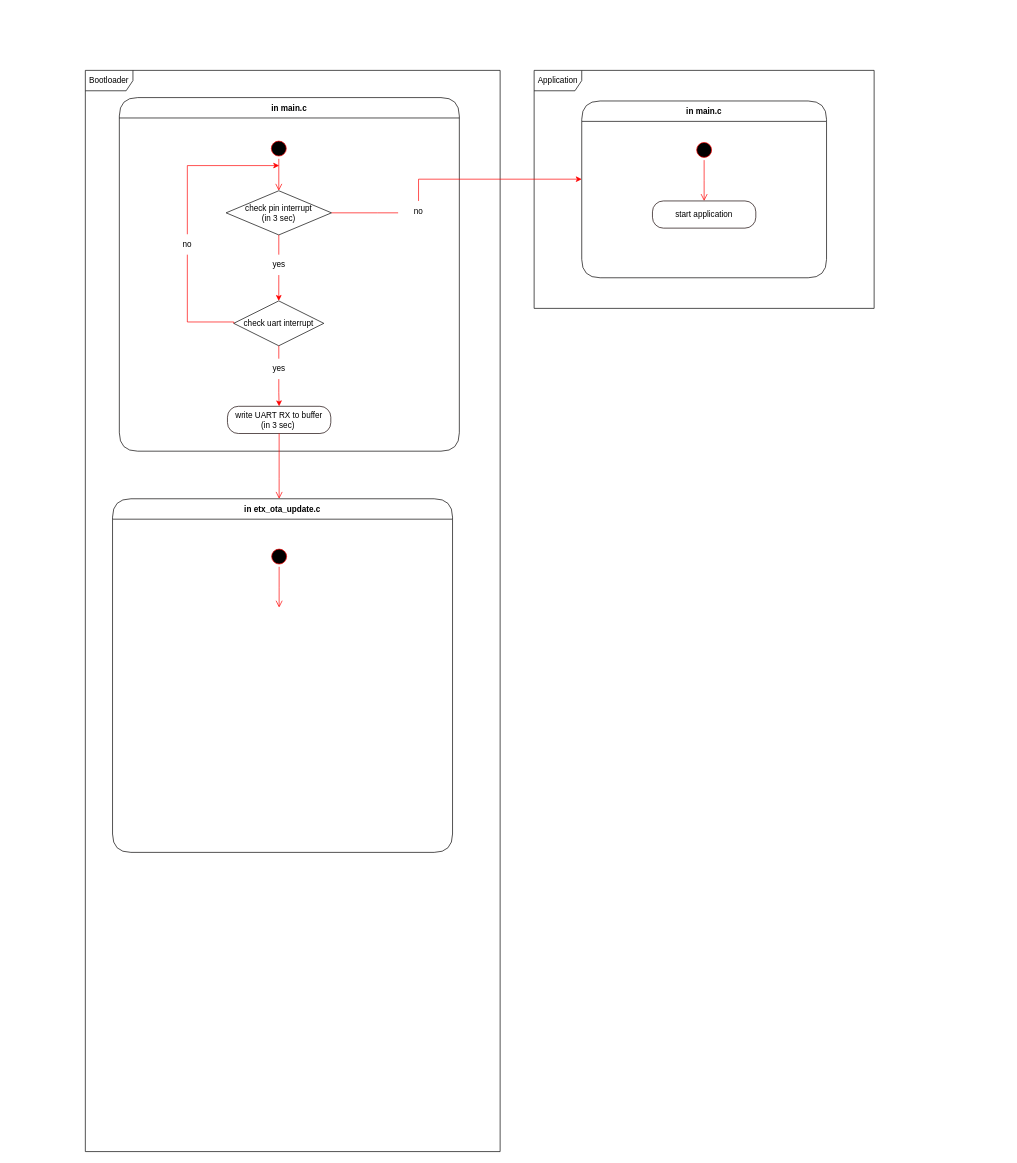
Before: bootloader_transition_diagram.drawio in chaeyoonl/state-transition-diagram-test, a draw.io diagram. Source tidied: cells renumbered, new cells numbered last; positions are measured from the earlier drawing's top-left corner, leaving out a move shared by most shapes. Both pictures are drawn from the tidied source at 68%, with x=0, y=0 at pixel (85, 70).
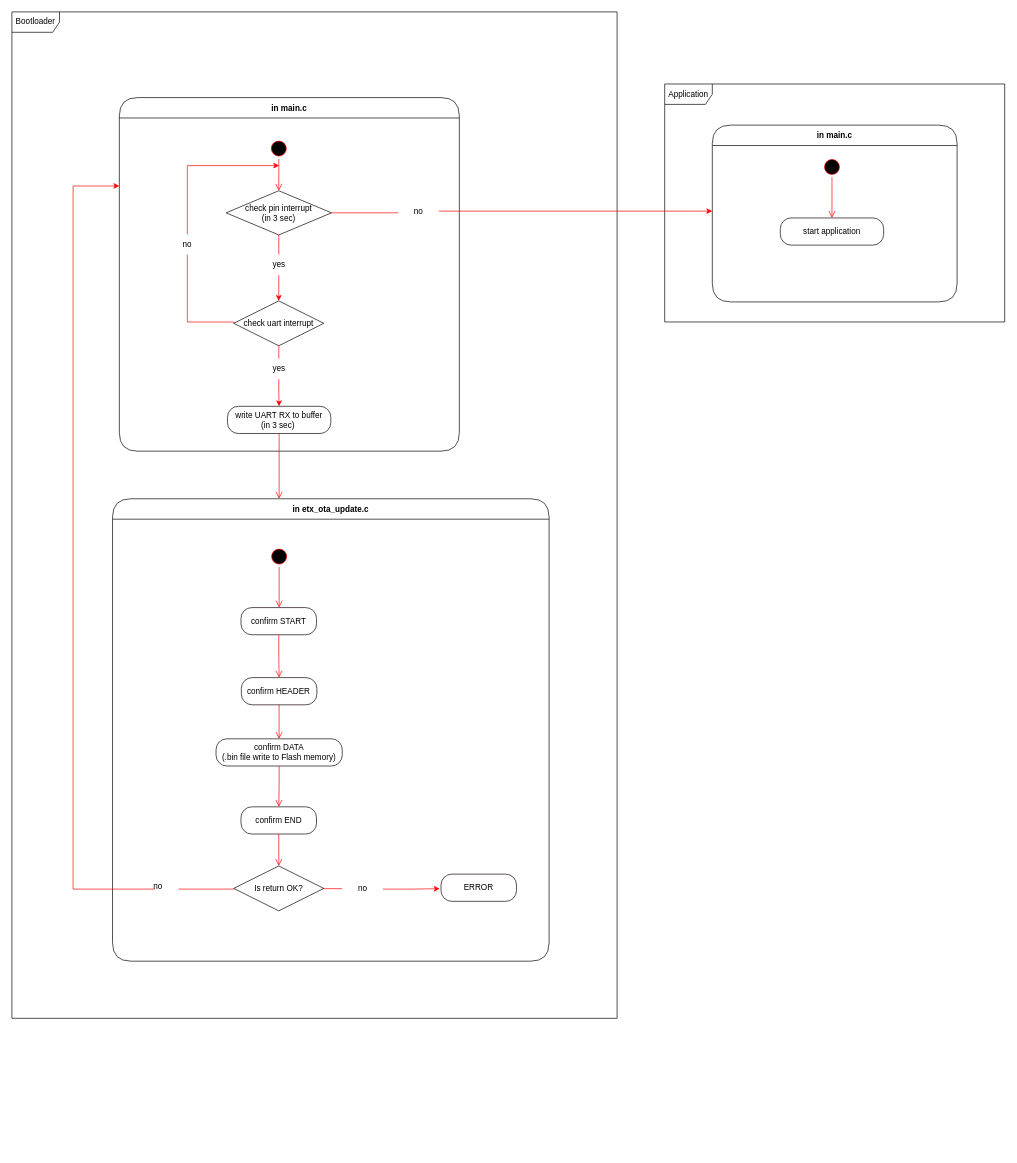
Above is the later version.

The change refers to these unchanged cells:
```xml
<mxCell id="4" value="in main.c" style="swimlane;fontStyle=1;align=center;verticalAlign=middle;horizontal=1;startSize=30;fontColor=#000000;rounded=1;arcSize=30;strokeColor=#030000;fillColor=#FFFFFF;swimlaneFillColor=#FFFFFF;" parent="1" vertex="1">
  <mxGeometry x="50" y="40" width="500" height="520" as="geometry" />
</mxCell>
<mxCell id="21" value="no" style="text;html=1;strokeColor=none;fillColor=none;align=center;verticalAlign=middle;whiteSpace=wrap;rounded=0;" parent="1" vertex="1">
  <mxGeometry x="460" y="192" width="60" height="30" as="geometry" />
</mxCell>
```

What changed in the source:
```diff
@@
     <mxCell id="2" value="Application" style="shape=umlFrame;whiteSpace=wrap;html=1;width=70;height=30;" parent="1" vertex="1">
-      <mxGeometry x="660" width="500" height="350" as="geometry" />
+      <mxGeometry x="852" y="20" width="500" height="350" as="geometry" />
     </mxCell>
     <mxCell id="3" value="Bootloader" style="shape=umlFrame;whiteSpace=wrap;html=1;width=70;height=30;" parent="1" vertex="1">
-      <mxGeometry width="610" height="1590" as="geometry" />
+      <mxGeometry x="-108" y="-86" width="890" height="1480" as="geometry" />
     </mxCell>
@@
     <mxCell id="20" style="edgeStyle=orthogonalEdgeStyle;rounded=0;jettySize=auto;html=1;strokeColor=#FF0000;startArrow=none;" parent="1" edge="1" source="21">
       <mxGeometry relative="1" as="geometry">
-        <mxPoint x="730" y="160" as="targetPoint" />
+        <mxPoint x="922" y="207" as="targetPoint" />
         <Array as="points">
-          <mxPoint x="490" y="160" />
-          <mxPoint x="730" y="160" />
+          <mxPoint x="892" y="207" />
+          <mxPoint x="892" y="207" />
         </Array>
       </mxGeometry>
     </mxCell>
@@
     <mxCell id="23" value="in etx_ota_update.c" style="swimlane;fontStyle=1;align=center;verticalAlign=middle;horizontal=1;startSize=30;fontColor=#000000;rounded=1;arcSize=30;strokeColor=#030000;fillColor=#FFFFFF;swimlaneFillColor=#FFFFFF;" parent="1" vertex="1">
-      <mxGeometry x="40" y="630" width="500" height="520" as="geometry" />
+      <mxGeometry x="40" y="630" width="642" height="680" as="geometry" />
     </mxCell>
@@
     <mxCell id="26" value="in main.c" style="swimlane;fontStyle=1;align=center;verticalAlign=middle;horizontal=1;startSize=30;fontColor=#000000;rounded=1;arcSize=30;strokeColor=#030000;fillColor=#FFFFFF;swimlaneFillColor=#FFFFFF;" parent="1" vertex="1">
-      <mxGeometry x="730" y="45" width="360" height="260" as="geometry" />
+      <mxGeometry x="922" y="80.5" width="360" height="260" as="geometry" />
     </mxCell>
     <mxCell id="27" style="ellipse;html=1;shape=startState;fillColor=#000000;strokeColor=#ff0000;" parent="1" vertex="1">
-      <mxGeometry x="895" y="102" width="30" height="30" as="geometry" />
+      <mxGeometry x="1083" y="127" width="30" height="30" as="geometry" />
     </mxCell>
     <mxCell id="28" style="edgeStyle=orthogonalEdgeStyle;html=1;verticalAlign=bottom;endArrow=open;endSize=8;strokeColor=#ff0000;rounded=0;" parent="1" edge="1" source="27">
       <mxGeometry relative="1" as="geometry">
-        <mxPoint x="910" y="192" as="targetPoint" />
+        <mxPoint x="1098" y="217" as="targetPoint" />
       </mxGeometry>
     </mxCell>
     <mxCell id="29" value="start application" style="rounded=1;whiteSpace=wrap;html=1;arcSize=40;fontColor=#000000;fillColor=#FFFFFF;strokeColor=#120000;" parent="1" vertex="1">
-      <mxGeometry x="834" y="192" width="152" height="40" as="geometry" />
+      <mxGeometry x="1022" y="217" width="152" height="40" as="geometry" />
     </mxCell>
+    <mxCell id="30" value="confirm START" style="rounded=1;whiteSpace=wrap;html=1;arcSize=40;fontColor=#000000;fillColor=#FFFFFF;strokeColor=#120000;" parent="1" vertex="1">
+      <mxGeometry x="228.9" y="790" width="111.1" height="40" as="geometry" />
+    </mxCell>
+    <mxCell id="31" value="confirm HEADER" style="rounded=1;whiteSpace=wrap;html=1;arcSize=40;fontColor=#000000;fillColor=#FFFFFF;strokeColor=#120000;" parent="1" vertex="1">
+      <mxGeometry x="229.4" y="893" width="111.1" height="40" as="geometry" />
+    </mxCell>
+    <mxCell id="32" value="confirm DATA&lt;br&gt;(.bin file write to Flash memory)" style="rounded=1;whiteSpace=wrap;html=1;arcSize=40;fontColor=#000000;fillColor=#FFFFFF;strokeColor=#120000;" parent="1" vertex="1">
+      <mxGeometry x="192.2" y="983" width="185.6" height="40" as="geometry" />
+    </mxCell>
+    <mxCell id="33" value="confirm END" style="rounded=1;whiteSpace=wrap;html=1;arcSize=40;fontColor=#000000;fillColor=#FFFFFF;strokeColor=#120000;" parent="1" vertex="1">
+      <mxGeometry x="228.9" y="1083" width="111.1" height="40" as="geometry" />
+    </mxCell>
+    <mxCell id="34" style="edgeStyle=orthogonalEdgeStyle;html=1;verticalAlign=bottom;endArrow=open;endSize=8;strokeColor=#ff0000;rounded=0;exitX=0.5;exitY=1;exitDx=0;exitDy=0;entryX=0.5;entryY=0;entryDx=0;entryDy=0;" parent="1" edge="1" source="30" target="31">
+      <mxGeometry relative="1" as="geometry" />
+    </mxCell>
+    <mxCell id="35" style="edgeStyle=orthogonalEdgeStyle;html=1;verticalAlign=bottom;endArrow=open;endSize=8;strokeColor=#ff0000;rounded=0;exitX=0.5;exitY=1;exitDx=0;exitDy=0;" parent="1" edge="1" source="31" target="32">
+      <mxGeometry relative="1" as="geometry" />
+    </mxCell>
+    <mxCell id="36" style="edgeStyle=orthogonalEdgeStyle;html=1;verticalAlign=bottom;endArrow=open;endSize=8;strokeColor=#ff0000;rounded=0;exitX=0.5;exitY=1;exitDx=0;exitDy=0;" parent="1" edge="1" source="32" target="33">
+      <mxGeometry relative="1" as="geometry" />
+    </mxCell>
+    <mxCell id="37" value="Is return OK?" style="rhombus;whiteSpace=wrap;html=1;" parent="1" vertex="1">
+      <mxGeometry x="218.2" y="1170" width="132.5" height="66" as="geometry" />
+    </mxCell>
+    <mxCell id="38" style="edgeStyle=orthogonalEdgeStyle;html=1;verticalAlign=bottom;endArrow=open;endSize=8;strokeColor=#ff0000;rounded=0;exitX=0.5;exitY=1;exitDx=0;exitDy=0;" parent="1" edge="1" source="33" target="37">
+      <mxGeometry relative="1" as="geometry" />
+    </mxCell>
+    <mxCell id="39" style="edgeStyle=orthogonalEdgeStyle;rounded=0;jettySize=auto;html=1;strokeColor=#FF0000;startArrow=none;entryX=-0.017;entryY=0.536;entryDx=0;entryDy=0;entryPerimeter=0;" parent="1" edge="1" source="40" target="42">
+      <mxGeometry relative="1" as="geometry" />
+    </mxCell>
+    <mxCell id="40" value="no" style="text;html=1;strokeColor=none;fillColor=none;align=center;verticalAlign=middle;whiteSpace=wrap;rounded=0;" parent="1" vertex="1">
+      <mxGeometry x="377.6" y="1189" width="60" height="30" as="geometry" />
+    </mxCell>
+    <mxCell id="41" style="edgeStyle=orthogonalEdgeStyle;rounded=0;jettySize=auto;html=1;strokeColor=#FF0000;endArrow=none;exitX=0.989;exitY=0.505;exitDx=0;exitDy=0;exitPerimeter=0;" parent="1" edge="1" source="37" target="40">
+      <mxGeometry relative="1" as="geometry">
+        <Array as="points">
+          <mxPoint x="390" y="1204" />
+          <mxPoint x="390" y="1204" />
+        </Array>
+      </mxGeometry>
+    </mxCell>
+    <mxCell id="42" value="ERROR" style="rounded=1;whiteSpace=wrap;html=1;arcSize=40;fontColor=#000000;fillColor=#FFFFFF;strokeColor=#120000;" parent="1" vertex="1">
+      <mxGeometry x="523" y="1182" width="111.1" height="40" as="geometry" />
+    </mxCell>
+    <mxCell id="43" style="edgeStyle=orthogonalEdgeStyle;rounded=0;jettySize=auto;html=1;strokeColor=#FF0000;startArrow=none;entryX=0;entryY=0.25;entryDx=0;entryDy=0;" parent="1" edge="1" target="4">
+      <mxGeometry relative="1" as="geometry">
+        <mxPoint x="102" y="1204" as="sourcePoint" />
+        <Array as="points">
+          <mxPoint x="-18" y="1204" />
+          <mxPoint x="-18" y="170" />
+        </Array>
+      </mxGeometry>
+    </mxCell>
+    <mxCell id="44" value="no" style="text;html=1;strokeColor=none;fillColor=none;align=center;verticalAlign=middle;whiteSpace=wrap;rounded=0;" parent="1" vertex="1">
+      <mxGeometry x="77" y="1186" width="60" height="30" as="geometry" />
+    </mxCell>
+    <mxCell id="45" style="edgeStyle=orthogonalEdgeStyle;rounded=0;jettySize=auto;html=1;strokeColor=#FF0000;endArrow=none;exitX=0;exitY=0.5;exitDx=0;exitDy=0;" parent="1" edge="1" source="37" target="44">
+      <mxGeometry relative="1" as="geometry">
+        <Array as="points">
+          <mxPoint x="162" y="1204" />
+          <mxPoint x="162" y="1204" />
+        </Array>
+      </mxGeometry>
+    </mxCell>
```
